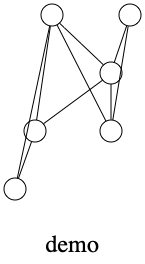
udothemath/cs224w_graph keeps this Graphviz diagram as show_demo.png. Above is the earlier version. Its source is kept beside it as show_demo.dot.
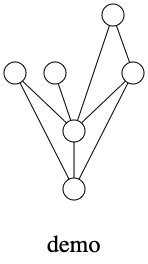
Later version of the same file.

The edit, as a diff of the source:
```diff
@@ -11,14 +11,13 @@
   3 ;
   4 ;
   5 ;
-  0 -- 2;
-  0 -- 3;
   0 -- 4;
-  0 -- 5;
-  1 -- 2;
+  1 -- 3;
   1 -- 4;
-  2 -- 3;
   2 -- 4;
+  2 -- 5;
+  3 -- 4;
   3 -- 5;
+  4 -- 5;
   label = "\ndemo\n";  fontsize=24;
 }
```
